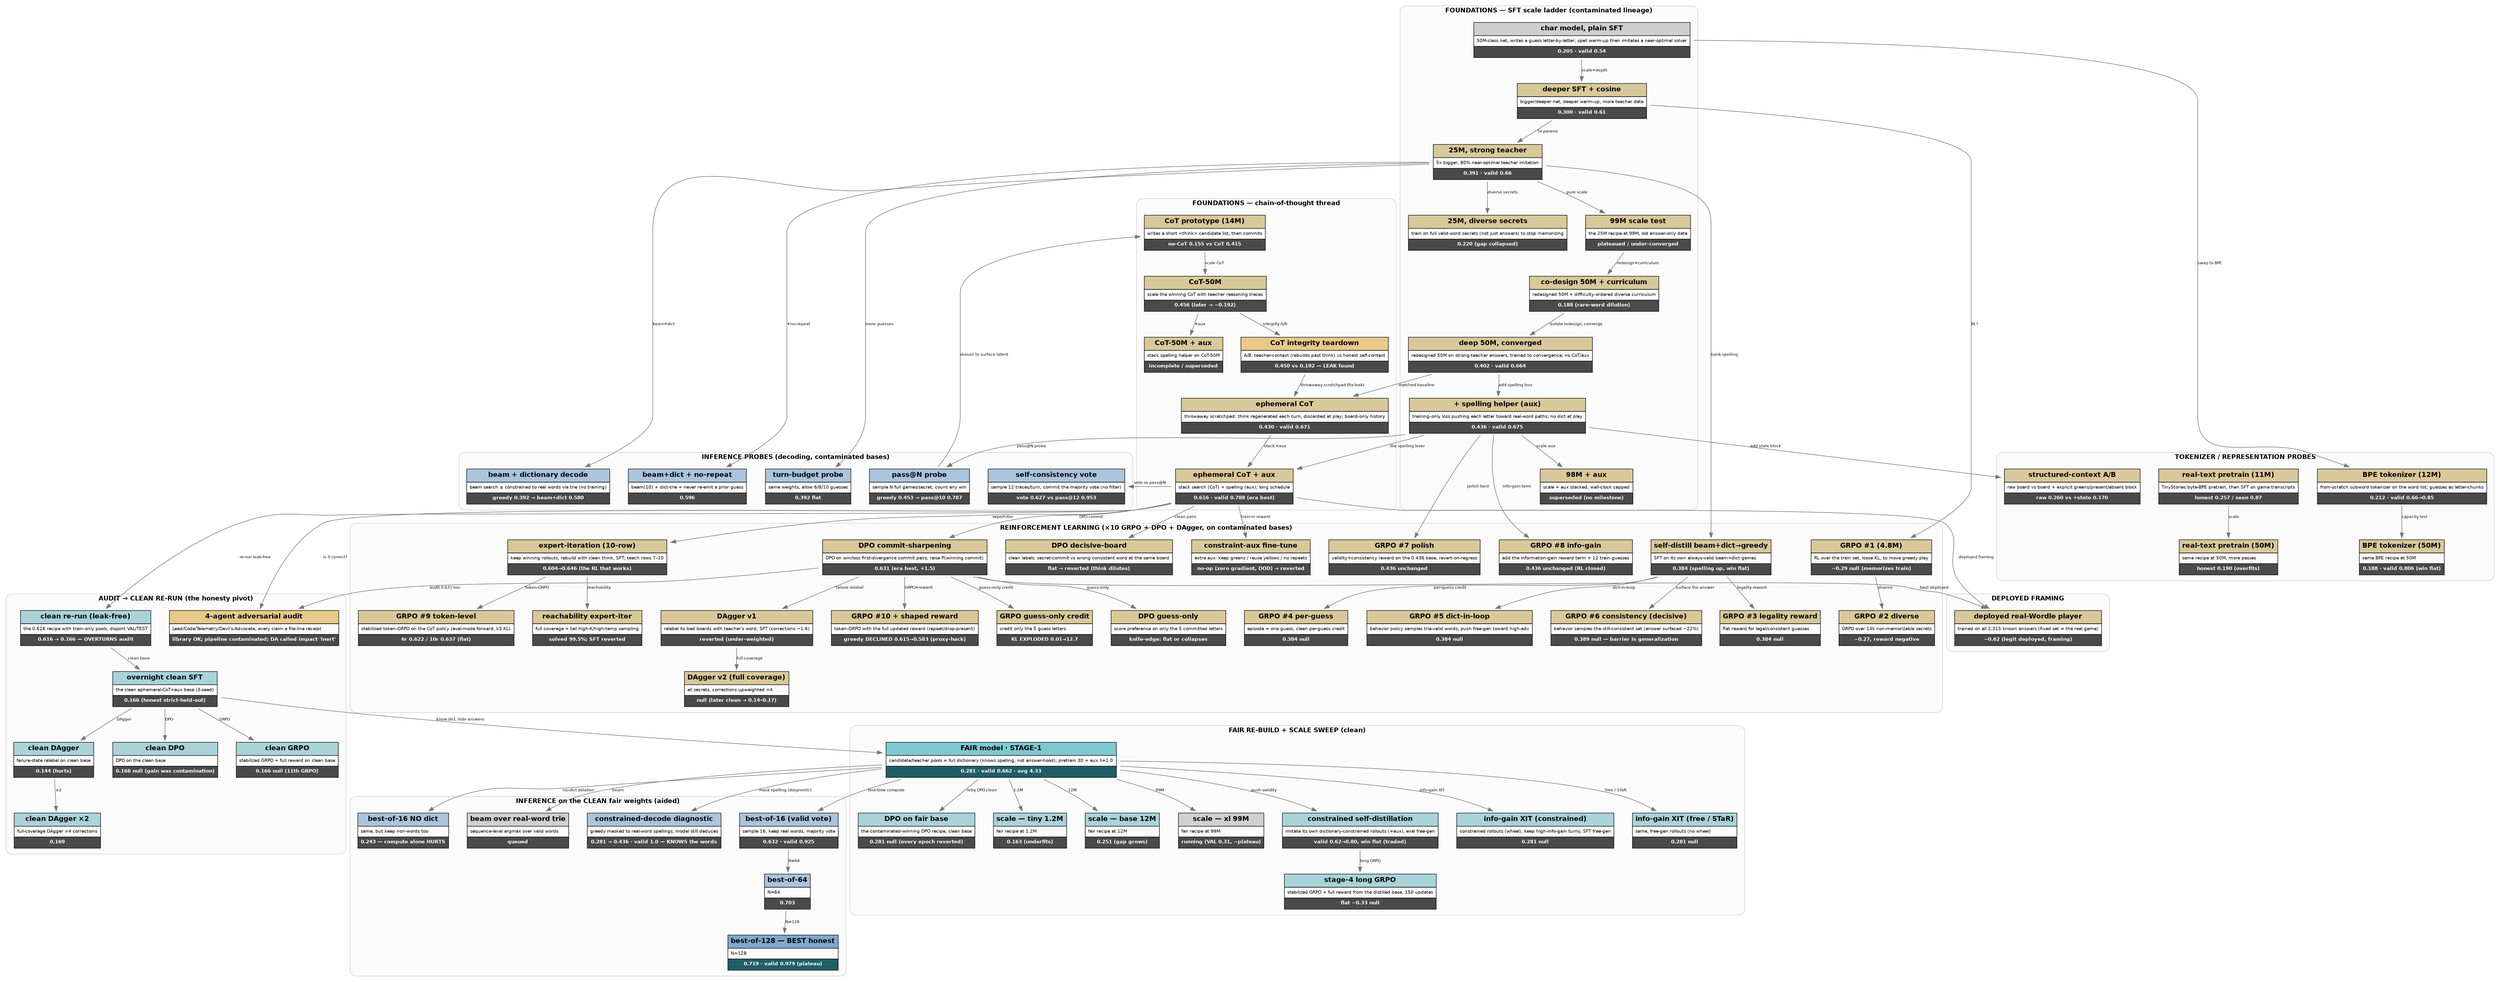
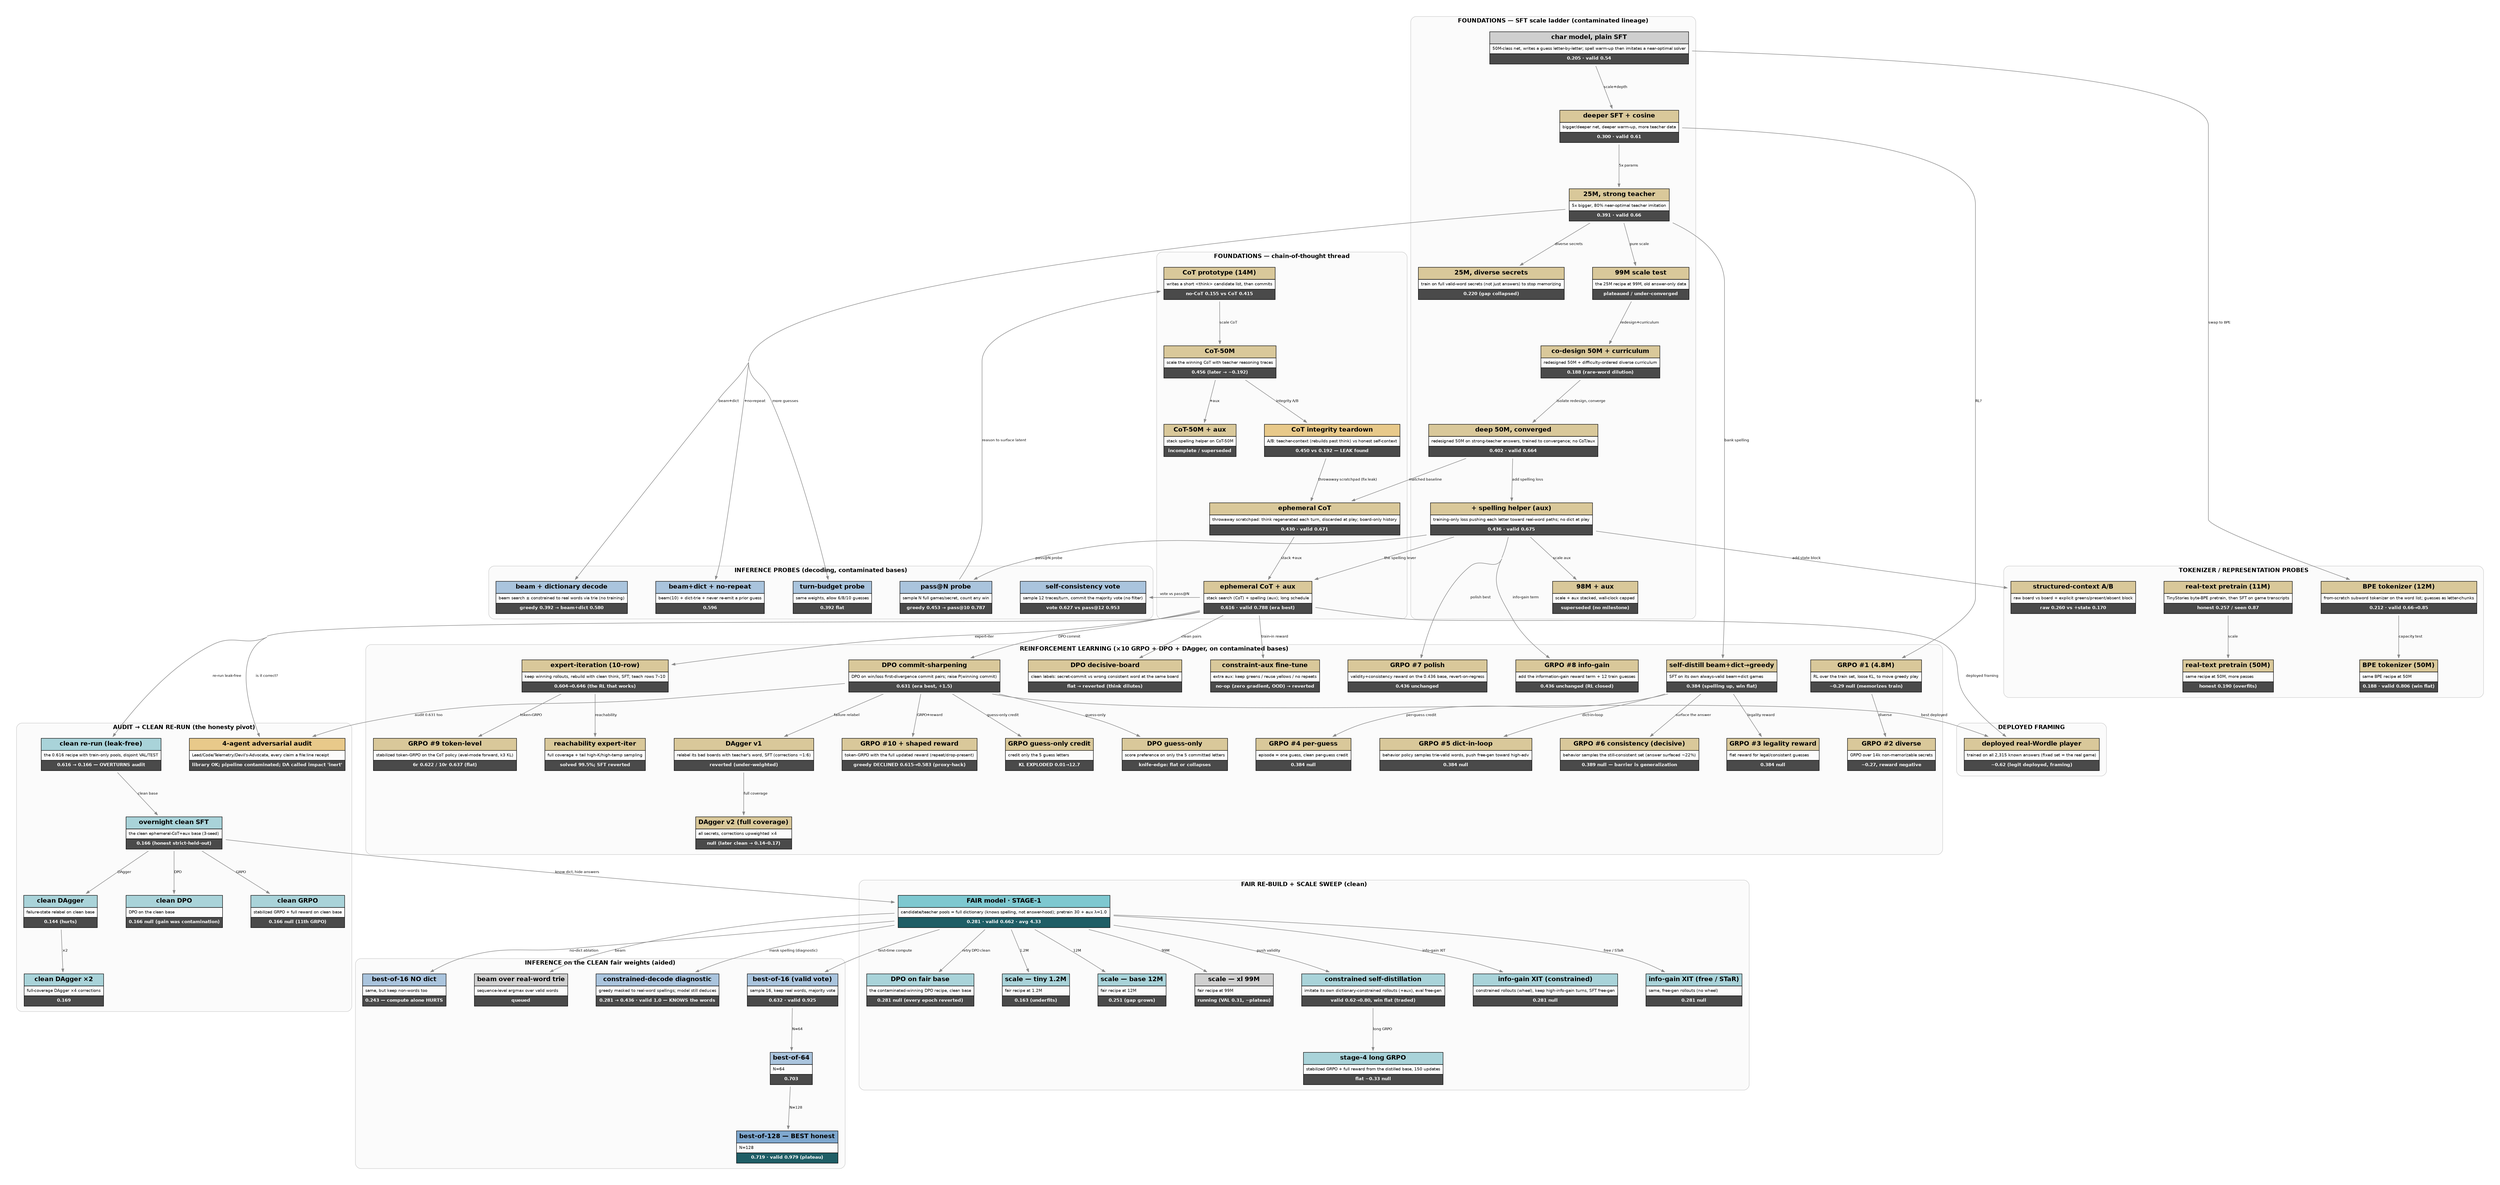
digraph experiments {
  rankdir=TB; bgcolor="white";
-   graph [fontname="Helvetica", ranksep=0.5, nodesep=0.3, fontsize=12];
+   graph [fontname="Helvetica", ranksep=1.2, nodesep=0.65, fontsize=13, concentrate=true, splines=spline, pad=0.4];
  node [shape=plaintext, fontname="Helvetica"];
-   edge [fontname="Helvetica", fontsize=8, color="#777777", penwidth=1.1];
+   edge [fontname="Helvetica", fontsize=8, color="#888888", penwidth=1.1, arrowsize=0.7];
  subgraph cluster_found { label=<<B>FOUNDATIONS — SFT scale ladder (contaminated lineage)</B>>; fontsize=13; color="#cccccc"; style="rounded"; bgcolor="#fbfbfb";
    sft_3m [label=<<TABLE BORDER="0" CELLBORDER="1" CELLSPACING="0" CELLPADDING="5"><TR><TD BGCOLOR="#cfcfcf"><B>char model, plain SFT</B></TD></TR><TR><TD ALIGN="LEFT"><FONT POINT-SIZE="9">50M-class net, writes a guess letter-by-letter; spell warm-up then imitates a near-optimal solver</FONT></TD></TR><TR><TD BGCOLOR="#4a4a4a"><FONT COLOR="white" POINT-SIZE="10"><B>0.205 · valid 0.54</B></FONT></TD></TR></TABLE>>];
    sft_5m [label=<<TABLE BORDER="0" CELLBORDER="1" CELLSPACING="0" CELLPADDING="5"><TR><TD BGCOLOR="#d9c89a"><B>deeper SFT + cosine</B></TD></TR><TR><TD ALIGN="LEFT"><FONT POINT-SIZE="9">bigger/deeper net, deeper warm-up, more teacher data</FONT></TD></TR><TR><TD BGCOLOR="#4a4a4a"><FONT COLOR="white" POINT-SIZE="10"><B>0.300 · valid 0.61</B></FONT></TD></TR></TABLE>>];
    sft_25m [label=<<TABLE BORDER="0" CELLBORDER="1" CELLSPACING="0" CELLPADDING="5"><TR><TD BGCOLOR="#d9c89a"><B>25M, strong teacher</B></TD></TR><TR><TD ALIGN="LEFT"><FONT POINT-SIZE="9">5x bigger, 80% near-optimal teacher imitation</FONT></TD></TR><TR><TD BGCOLOR="#4a4a4a"><FONT COLOR="white" POINT-SIZE="10"><B>0.391 · valid 0.66</B></FONT></TD></TR></TABLE>>];
    sft_25m_div [label=<<TABLE BORDER="0" CELLBORDER="1" CELLSPACING="0" CELLPADDING="5"><TR><TD BGCOLOR="#d9c89a"><B>25M, diverse secrets</B></TD></TR><TR><TD ALIGN="LEFT"><FONT POINT-SIZE="9">train on full valid-word secrets (not just answers) to stop memorizing</FONT></TD></TR><TR><TD BGCOLOR="#4a4a4a"><FONT COLOR="white" POINT-SIZE="10"><B>0.220 (gap collapsed)</B></FONT></TD></TR></TABLE>>];
    scale_99m [label=<<TABLE BORDER="0" CELLBORDER="1" CELLSPACING="0" CELLPADDING="5"><TR><TD BGCOLOR="#d9c89a"><B>99M scale test</B></TD></TR><TR><TD ALIGN="LEFT"><FONT POINT-SIZE="9">the 25M recipe at 99M, old answer-only data</FONT></TD></TR><TR><TD BGCOLOR="#4a4a4a"><FONT COLOR="white" POINT-SIZE="10"><B>plateaued / under-converged</B></FONT></TD></TR></TABLE>>];
    codesign_50m [label=<<TABLE BORDER="0" CELLBORDER="1" CELLSPACING="0" CELLPADDING="5"><TR><TD BGCOLOR="#d9c89a"><B>co-design 50M + curriculum</B></TD></TR><TR><TD ALIGN="LEFT"><FONT POINT-SIZE="9">redesigned 50M + difficulty-ordered diverse curriculum</FONT></TD></TR><TR><TD BGCOLOR="#4a4a4a"><FONT COLOR="white" POINT-SIZE="10"><B>0.188 (rare-word dilution)</B></FONT></TD></TR></TABLE>>];
    sft_deep [label=<<TABLE BORDER="0" CELLBORDER="1" CELLSPACING="0" CELLPADDING="5"><TR><TD BGCOLOR="#d9c89a"><B>deep 50M, converged</B></TD></TR><TR><TD ALIGN="LEFT"><FONT POINT-SIZE="9">redesigned 50M on strong-teacher answers, trained to convergence; no CoT/aux</FONT></TD></TR><TR><TD BGCOLOR="#4a4a4a"><FONT COLOR="white" POINT-SIZE="10"><B>0.402 · valid 0.664</B></FONT></TD></TR></TABLE>>];
    sft_aux [label=<<TABLE BORDER="0" CELLBORDER="1" CELLSPACING="0" CELLPADDING="5"><TR><TD BGCOLOR="#d9c89a"><B>+ spelling helper (aux)</B></TD></TR><TR><TD ALIGN="LEFT"><FONT POINT-SIZE="9">training-only loss pushing each letter toward real-word paths; no dict at play</FONT></TD></TR><TR><TD BGCOLOR="#4a4a4a"><FONT COLOR="white" POINT-SIZE="10"><B>0.436 · valid 0.675</B></FONT></TD></TR></TABLE>>];
    sft_aux_xl [label=<<TABLE BORDER="0" CELLBORDER="1" CELLSPACING="0" CELLPADDING="5"><TR><TD BGCOLOR="#d9c89a"><B>98M + aux</B></TD></TR><TR><TD ALIGN="LEFT"><FONT POINT-SIZE="9">scale + aux stacked, wall-clock capped</FONT></TD></TR><TR><TD BGCOLOR="#4a4a4a"><FONT COLOR="white" POINT-SIZE="10"><B>superseded (no milestone)</B></FONT></TD></TR></TABLE>>];
  }
  subgraph cluster_cot { label=<<B>FOUNDATIONS — chain-of-thought thread</B>>; fontsize=13; color="#cccccc"; style="rounded"; bgcolor="#fbfbfb";
    cot_14m [label=<<TABLE BORDER="0" CELLBORDER="1" CELLSPACING="0" CELLPADDING="5"><TR><TD BGCOLOR="#d9c89a"><B>CoT prototype (14M)</B></TD></TR><TR><TD ALIGN="LEFT"><FONT POINT-SIZE="9">writes a short &lt;think&gt; candidate list, then commits</FONT></TD></TR><TR><TD BGCOLOR="#4a4a4a"><FONT COLOR="white" POINT-SIZE="10"><B>no-CoT 0.155 vs CoT 0.415</B></FONT></TD></TR></TABLE>>];
    cot_50m [label=<<TABLE BORDER="0" CELLBORDER="1" CELLSPACING="0" CELLPADDING="5"><TR><TD BGCOLOR="#d9c89a"><B>CoT-50M</B></TD></TR><TR><TD ALIGN="LEFT"><FONT POINT-SIZE="9">scale the winning CoT with teacher reasoning traces</FONT></TD></TR><TR><TD BGCOLOR="#4a4a4a"><FONT COLOR="white" POINT-SIZE="10"><B>0.456 (later → ~0.192)</B></FONT></TD></TR></TABLE>>];
    cot_50m_aux [label=<<TABLE BORDER="0" CELLBORDER="1" CELLSPACING="0" CELLPADDING="5"><TR><TD BGCOLOR="#d9c89a"><B>CoT-50M + aux</B></TD></TR><TR><TD ALIGN="LEFT"><FONT POINT-SIZE="9">stack spelling helper on CoT-50M</FONT></TD></TR><TR><TD BGCOLOR="#4a4a4a"><FONT COLOR="white" POINT-SIZE="10"><B>incomplete / superseded</B></FONT></TD></TR></TABLE>>];
    cot_show [label=<<TABLE BORDER="0" CELLBORDER="1" CELLSPACING="0" CELLPADDING="5"><TR><TD BGCOLOR="#e8c98a"><B>CoT integrity teardown</B></TD></TR><TR><TD ALIGN="LEFT"><FONT POINT-SIZE="9">A/B: teacher-context (rebuilds past think) vs honest self-context</FONT></TD></TR><TR><TD BGCOLOR="#4a4a4a"><FONT COLOR="white" POINT-SIZE="10"><B>0.450 vs 0.192 — LEAK found</B></FONT></TD></TR></TABLE>>];
    cot_eph [label=<<TABLE BORDER="0" CELLBORDER="1" CELLSPACING="0" CELLPADDING="5"><TR><TD BGCOLOR="#d9c89a"><B>ephemeral CoT</B></TD></TR><TR><TD ALIGN="LEFT"><FONT POINT-SIZE="9">throwaway scratchpad: think regenerated each turn, discarded at play; board-only history</FONT></TD></TR><TR><TD BGCOLOR="#4a4a4a"><FONT COLOR="white" POINT-SIZE="10"><B>0.430 · valid 0.671</B></FONT></TD></TR></TABLE>>];
    cot_eph_aux [label=<<TABLE BORDER="0" CELLBORDER="1" CELLSPACING="0" CELLPADDING="5"><TR><TD BGCOLOR="#d9c89a"><B>ephemeral CoT + aux</B></TD></TR><TR><TD ALIGN="LEFT"><FONT POINT-SIZE="9">stack search (CoT) + spelling (aux); long schedule</FONT></TD></TR><TR><TD BGCOLOR="#4a4a4a"><FONT COLOR="white" POINT-SIZE="10"><B>0.616 · valid 0.788 (era best)</B></FONT></TD></TR></TABLE>>];
  }
  subgraph cluster_val { label=<<B>TOKENIZER / REPRESENTATION PROBES</B>>; fontsize=13; color="#cccccc"; style="rounded"; bgcolor="#fbfbfb";
    bpe_12m [label=<<TABLE BORDER="0" CELLBORDER="1" CELLSPACING="0" CELLPADDING="5"><TR><TD BGCOLOR="#d9c89a"><B>BPE tokenizer (12M)</B></TD></TR><TR><TD ALIGN="LEFT"><FONT POINT-SIZE="9">from-scratch subword tokenizer on the word list; guesses as letter-chunks</FONT></TD></TR><TR><TD BGCOLOR="#4a4a4a"><FONT COLOR="white" POINT-SIZE="10"><B>0.212 · valid 0.66→0.85</B></FONT></TD></TR></TABLE>>];
    bpe_50m [label=<<TABLE BORDER="0" CELLBORDER="1" CELLSPACING="0" CELLPADDING="5"><TR><TD BGCOLOR="#d9c89a"><B>BPE tokenizer (50M)</B></TD></TR><TR><TD ALIGN="LEFT"><FONT POINT-SIZE="9">same BPE recipe at 50M</FONT></TD></TR><TR><TD BGCOLOR="#4a4a4a"><FONT COLOR="white" POINT-SIZE="10"><B>0.188 · valid 0.806 (win flat)</B></FONT></TD></TR></TABLE>>];
    oreo_11m [label=<<TABLE BORDER="0" CELLBORDER="1" CELLSPACING="0" CELLPADDING="5"><TR><TD BGCOLOR="#d9c89a"><B>real-text pretrain (11M)</B></TD></TR><TR><TD ALIGN="LEFT"><FONT POINT-SIZE="9">TinyStories byte-BPE pretrain, then SFT on game transcripts</FONT></TD></TR><TR><TD BGCOLOR="#4a4a4a"><FONT COLOR="white" POINT-SIZE="10"><B>honest 0.257 / seen 0.87</B></FONT></TD></TR></TABLE>>];
    oreo_50m [label=<<TABLE BORDER="0" CELLBORDER="1" CELLSPACING="0" CELLPADDING="5"><TR><TD BGCOLOR="#d9c89a"><B>real-text pretrain (50M)</B></TD></TR><TR><TD ALIGN="LEFT"><FONT POINT-SIZE="9">same recipe at 50M, more passes</FONT></TD></TR><TR><TD BGCOLOR="#4a4a4a"><FONT COLOR="white" POINT-SIZE="10"><B>honest 0.190 (overfits)</B></FONT></TD></TR></TABLE>>];
    structured_ctx [label=<<TABLE BORDER="0" CELLBORDER="1" CELLSPACING="0" CELLPADDING="5"><TR><TD BGCOLOR="#d9c89a"><B>structured-context A/B</B></TD></TR><TR><TD ALIGN="LEFT"><FONT POINT-SIZE="9">raw board vs board + explicit greens/present/absent block</FONT></TD></TR><TR><TD BGCOLOR="#4a4a4a"><FONT COLOR="white" POINT-SIZE="10"><B>raw 0.260 vs +state 0.170</B></FONT></TD></TR></TABLE>>];
  }
  subgraph cluster_rl { label=<<B>REINFORCEMENT LEARNING (×10 GRPO + DPO + DAgger, on contaminated bases)</B>>; fontsize=13; color="#cccccc"; style="rounded"; bgcolor="#fbfbfb";
    grpo_5m [label=<<TABLE BORDER="0" CELLBORDER="1" CELLSPACING="0" CELLPADDING="5"><TR><TD BGCOLOR="#d9c89a"><B>GRPO #1 (4.8M)</B></TD></TR><TR><TD ALIGN="LEFT"><FONT POINT-SIZE="9">RL over the train set, loose KL, to move greedy play</FONT></TD></TR><TR><TD BGCOLOR="#4a4a4a"><FONT COLOR="white" POINT-SIZE="10"><B>~0.29 null (memorizes train)</B></FONT></TD></TR></TABLE>>];
    grpo_5m_div [label=<<TABLE BORDER="0" CELLBORDER="1" CELLSPACING="0" CELLPADDING="5"><TR><TD BGCOLOR="#d9c89a"><B>GRPO #2 diverse</B></TD></TR><TR><TD ALIGN="LEFT"><FONT POINT-SIZE="9">GRPO over 14k non-memorizable secrets</FONT></TD></TR><TR><TD BGCOLOR="#4a4a4a"><FONT COLOR="white" POINT-SIZE="10"><B>~0.27, reward negative</B></FONT></TD></TR></TABLE>>];
    self_distill_25m [label=<<TABLE BORDER="0" CELLBORDER="1" CELLSPACING="0" CELLPADDING="5"><TR><TD BGCOLOR="#d9c89a"><B>self-distill beam+dict→greedy</B></TD></TR><TR><TD ALIGN="LEFT"><FONT POINT-SIZE="9">SFT on its own always-valid beam+dict games</FONT></TD></TR><TR><TD BGCOLOR="#4a4a4a"><FONT COLOR="white" POINT-SIZE="10"><B>0.384 (spelling up, win flat)</B></FONT></TD></TR></TABLE>>];
    rl_consistency [label=<<TABLE BORDER="0" CELLBORDER="1" CELLSPACING="0" CELLPADDING="5"><TR><TD BGCOLOR="#d9c89a"><B>GRPO #3 legality reward</B></TD></TR><TR><TD ALIGN="LEFT"><FONT POINT-SIZE="9">flat reward for legal/consistent guesses</FONT></TD></TR><TR><TD BGCOLOR="#4a4a4a"><FONT COLOR="white" POINT-SIZE="10"><B>0.384 null</B></FONT></TD></TR></TABLE>>];
    rl_perguess [label=<<TABLE BORDER="0" CELLBORDER="1" CELLSPACING="0" CELLPADDING="5"><TR><TD BGCOLOR="#d9c89a"><B>GRPO #4 per-guess</B></TD></TR><TR><TD ALIGN="LEFT"><FONT POINT-SIZE="9">episode = one guess, clean per-guess credit</FONT></TD></TR><TR><TD BGCOLOR="#4a4a4a"><FONT COLOR="white" POINT-SIZE="10"><B>0.384 null</B></FONT></TD></TR></TABLE>>];
    rl_dict [label=<<TABLE BORDER="0" CELLBORDER="1" CELLSPACING="0" CELLPADDING="5"><TR><TD BGCOLOR="#d9c89a"><B>GRPO #5 dict-in-loop</B></TD></TR><TR><TD ALIGN="LEFT"><FONT POINT-SIZE="9">behavior policy samples trie-valid words, push free-gen toward high-adv</FONT></TD></TR><TR><TD BGCOLOR="#4a4a4a"><FONT COLOR="white" POINT-SIZE="10"><B>0.384 null</B></FONT></TD></TR></TABLE>>];
    rl_constrained [label=<<TABLE BORDER="0" CELLBORDER="1" CELLSPACING="0" CELLPADDING="5"><TR><TD BGCOLOR="#d9c89a"><B>GRPO #6 consistency (decisive)</B></TD></TR><TR><TD ALIGN="LEFT"><FONT POINT-SIZE="9">behavior samples the still-consistent set (answer surfaced ~22%)</FONT></TD></TR><TR><TD BGCOLOR="#4a4a4a"><FONT COLOR="white" POINT-SIZE="10"><B>0.389 null — barrier is generalization</B></FONT></TD></TR></TABLE>>];
    rl_polish [label=<<TABLE BORDER="0" CELLBORDER="1" CELLSPACING="0" CELLPADDING="5"><TR><TD BGCOLOR="#d9c89a"><B>GRPO #7 polish</B></TD></TR><TR><TD ALIGN="LEFT"><FONT POINT-SIZE="9">validity+consistency reward on the 0.436 base, revert-on-regress</FONT></TD></TR><TR><TD BGCOLOR="#4a4a4a"><FONT COLOR="white" POINT-SIZE="10"><B>0.436 unchanged</B></FONT></TD></TR></TABLE>>];
    rl_infogain [label=<<TABLE BORDER="0" CELLBORDER="1" CELLSPACING="0" CELLPADDING="5"><TR><TD BGCOLOR="#d9c89a"><B>GRPO #8 info-gain</B></TD></TR><TR><TD ALIGN="LEFT"><FONT POINT-SIZE="9">add the information-gain reward term + 12 train guesses</FONT></TD></TR><TR><TD BGCOLOR="#4a4a4a"><FONT COLOR="white" POINT-SIZE="10"><B>0.436 unchanged (RL closed)</B></FONT></TD></TR></TABLE>>];
    rl_expert_10row [label=<<TABLE BORDER="0" CELLBORDER="1" CELLSPACING="0" CELLPADDING="5"><TR><TD BGCOLOR="#d9c89a"><B>expert-iteration (10-row)</B></TD></TR><TR><TD ALIGN="LEFT"><FONT POINT-SIZE="9">keep winning rollouts, rebuild with clean think, SFT; teach rows 7–10</FONT></TD></TR><TR><TD BGCOLOR="#4a4a4a"><FONT COLOR="white" POINT-SIZE="10"><B>0.604→0.646 (the RL that works)</B></FONT></TD></TR></TABLE>>];
    rl_expert_tail [label=<<TABLE BORDER="0" CELLBORDER="1" CELLSPACING="0" CELLPADDING="5"><TR><TD BGCOLOR="#d9c89a"><B>reachability expert-iter</B></TD></TR><TR><TD ALIGN="LEFT"><FONT POINT-SIZE="9">full coverage + tail high-K/high-temp sampling</FONT></TD></TR><TR><TD BGCOLOR="#4a4a4a"><FONT COLOR="white" POINT-SIZE="10"><B>solved 99.5%; SFT reverted</B></FONT></TD></TR></TABLE>>];
    rl_grpo_polish [label=<<TABLE BORDER="0" CELLBORDER="1" CELLSPACING="0" CELLPADDING="5"><TR><TD BGCOLOR="#d9c89a"><B>GRPO #9 token-level</B></TD></TR><TR><TD ALIGN="LEFT"><FONT POINT-SIZE="9">stabilized token-GRPO on the CoT policy (eval-mode forward, k3 KL)</FONT></TD></TR><TR><TD BGCOLOR="#4a4a4a"><FONT COLOR="white" POINT-SIZE="10"><B>6r 0.622 / 10r 0.637 (flat)</B></FONT></TD></TR></TABLE>>];
    dpo_commit [label=<<TABLE BORDER="0" CELLBORDER="1" CELLSPACING="0" CELLPADDING="5"><TR><TD BGCOLOR="#d9c89a"><B>DPO commit-sharpening</B></TD></TR><TR><TD ALIGN="LEFT"><FONT POINT-SIZE="9">DPO on win/loss first-divergence commit pairs; raise P(winning commit)</FONT></TD></TR><TR><TD BGCOLOR="#4a4a4a"><FONT COLOR="white" POINT-SIZE="10"><B>0.631 (era best, +1.5)</B></FONT></TD></TR></TABLE>>];
    dpo_decisive [label=<<TABLE BORDER="0" CELLBORDER="1" CELLSPACING="0" CELLPADDING="5"><TR><TD BGCOLOR="#d9c89a"><B>DPO decisive-board</B></TD></TR><TR><TD ALIGN="LEFT"><FONT POINT-SIZE="9">clean labels: secret-commit vs wrong consistent word at the same board</FONT></TD></TR><TR><TD BGCOLOR="#4a4a4a"><FONT COLOR="white" POINT-SIZE="10"><B>flat → reverted (think dilutes)</B></FONT></TD></TR></TABLE>>];
    dpo_guessonly [label=<<TABLE BORDER="0" CELLBORDER="1" CELLSPACING="0" CELLPADDING="5"><TR><TD BGCOLOR="#d9c89a"><B>DPO guess-only</B></TD></TR><TR><TD ALIGN="LEFT"><FONT POINT-SIZE="9">score preference on only the 5 committed letters</FONT></TD></TR><TR><TD BGCOLOR="#4a4a4a"><FONT COLOR="white" POINT-SIZE="10"><B>knife-edge: flat or collapses</B></FONT></TD></TR></TABLE>>];
    constraint_aux [label=<<TABLE BORDER="0" CELLBORDER="1" CELLSPACING="0" CELLPADDING="5"><TR><TD BGCOLOR="#d9c89a"><B>constraint-aux fine-tune</B></TD></TR><TR><TD ALIGN="LEFT"><FONT POINT-SIZE="9">extra aux: keep greens / reuse yellows / no repeats</FONT></TD></TR><TR><TD BGCOLOR="#4a4a4a"><FONT COLOR="white" POINT-SIZE="10"><B>no-op (zero gradient, OOD) → reverted</B></FONT></TD></TR></TABLE>>];
    dagger_v1 [label=<<TABLE BORDER="0" CELLBORDER="1" CELLSPACING="0" CELLPADDING="5"><TR><TD BGCOLOR="#d9c89a"><B>DAgger v1</B></TD></TR><TR><TD ALIGN="LEFT"><FONT POINT-SIZE="9">relabel its bad boards with teacher's word, SFT (corrections ~1:6)</FONT></TD></TR><TR><TD BGCOLOR="#4a4a4a"><FONT COLOR="white" POINT-SIZE="10"><B>reverted (under-weighted)</B></FONT></TD></TR></TABLE>>];
    rl_grpo_reward [label=<<TABLE BORDER="0" CELLBORDER="1" CELLSPACING="0" CELLPADDING="5"><TR><TD BGCOLOR="#d9c89a"><B>GRPO #10 + shaped reward</B></TD></TR><TR><TD ALIGN="LEFT"><FONT POINT-SIZE="9">token-GRPO with the full updated reward (repeat/drop-present)</FONT></TD></TR><TR><TD BGCOLOR="#4a4a4a"><FONT COLOR="white" POINT-SIZE="10"><B>greedy DECLINED 0.615→0.583 (proxy-hack)</B></FONT></TD></TR></TABLE>>];
    rl_grpo_guessonly [label=<<TABLE BORDER="0" CELLBORDER="1" CELLSPACING="0" CELLPADDING="5"><TR><TD BGCOLOR="#d9c89a"><B>GRPO guess-only credit</B></TD></TR><TR><TD ALIGN="LEFT"><FONT POINT-SIZE="9">credit only the 5 guess letters</FONT></TD></TR><TR><TD BGCOLOR="#4a4a4a"><FONT COLOR="white" POINT-SIZE="10"><B>KL EXPLODED 0.01→12.7</B></FONT></TD></TR></TABLE>>];
    dagger_v2 [label=<<TABLE BORDER="0" CELLBORDER="1" CELLSPACING="0" CELLPADDING="5"><TR><TD BGCOLOR="#d9c89a"><B>DAgger v2 (full coverage)</B></TD></TR><TR><TD ALIGN="LEFT"><FONT POINT-SIZE="9">all secrets, corrections upweighted ×4</FONT></TD></TR><TR><TD BGCOLOR="#4a4a4a"><FONT COLOR="white" POINT-SIZE="10"><B>null (later clean → 0.14–0.17)</B></FONT></TD></TR></TABLE>>];
  }
  subgraph cluster_audit { label=<<B>AUDIT → CLEAN RE-RUN (the honesty pivot)</B>>; fontsize=13; color="#cccccc"; style="rounded"; bgcolor="#fbfbfb";
    audit [label=<<TABLE BORDER="0" CELLBORDER="1" CELLSPACING="0" CELLPADDING="5"><TR><TD BGCOLOR="#e8c98a"><B>4-agent adversarial audit</B></TD></TR><TR><TD ALIGN="LEFT"><FONT POINT-SIZE="9">Lead/Code/Telemetry/Devil's-Advocate, every claim a file:line receipt</FONT></TD></TR><TR><TD BGCOLOR="#4a4a4a"><FONT COLOR="white" POINT-SIZE="10"><B>library OK; pipeline contaminated; DA called impact 'inert'</B></FONT></TD></TR></TABLE>>];
    clean_rerun [label=<<TABLE BORDER="0" CELLBORDER="1" CELLSPACING="0" CELLPADDING="5"><TR><TD BGCOLOR="#a9d3d9"><B>clean re-run (leak-free)</B></TD></TR><TR><TD ALIGN="LEFT"><FONT POINT-SIZE="9">the 0.616 recipe with train-only pools, disjoint VAL/TEST</FONT></TD></TR><TR><TD BGCOLOR="#4a4a4a"><FONT COLOR="white" POINT-SIZE="10"><B>0.616 → 0.166 — OVERTURNS audit</B></FONT></TD></TR></TABLE>>];
    overnight_clean_sft [label=<<TABLE BORDER="0" CELLBORDER="1" CELLSPACING="0" CELLPADDING="5"><TR><TD BGCOLOR="#a9d3d9"><B>overnight clean SFT</B></TD></TR><TR><TD ALIGN="LEFT"><FONT POINT-SIZE="9">the clean ephemeral-CoT+aux base (3-seed)</FONT></TD></TR><TR><TD BGCOLOR="#4a4a4a"><FONT COLOR="white" POINT-SIZE="10"><B>0.166 (honest strict-held-out)</B></FONT></TD></TR></TABLE>>];
    overnight_clean_dpo [label=<<TABLE BORDER="0" CELLBORDER="1" CELLSPACING="0" CELLPADDING="5"><TR><TD BGCOLOR="#a9d3d9"><B>clean DPO</B></TD></TR><TR><TD ALIGN="LEFT"><FONT POINT-SIZE="9">DPO on the clean base</FONT></TD></TR><TR><TD BGCOLOR="#4a4a4a"><FONT COLOR="white" POINT-SIZE="10"><B>0.166 null (gain was contamination)</B></FONT></TD></TR></TABLE>>];
    overnight_clean_grpo [label=<<TABLE BORDER="0" CELLBORDER="1" CELLSPACING="0" CELLPADDING="5"><TR><TD BGCOLOR="#a9d3d9"><B>clean GRPO</B></TD></TR><TR><TD ALIGN="LEFT"><FONT POINT-SIZE="9">stabilized GRPO + full reward on clean base</FONT></TD></TR><TR><TD BGCOLOR="#4a4a4a"><FONT COLOR="white" POINT-SIZE="10"><B>0.166 null (11th GRPO)</B></FONT></TD></TR></TABLE>>];
    overnight_clean_dagger [label=<<TABLE BORDER="0" CELLBORDER="1" CELLSPACING="0" CELLPADDING="5"><TR><TD BGCOLOR="#a9d3d9"><B>clean DAgger</B></TD></TR><TR><TD ALIGN="LEFT"><FONT POINT-SIZE="9">failure-state relabel on clean base</FONT></TD></TR><TR><TD BGCOLOR="#4a4a4a"><FONT COLOR="white" POINT-SIZE="10"><B>0.144 (hurts)</B></FONT></TD></TR></TABLE>>];
    overnight_clean_dagger2 [label=<<TABLE BORDER="0" CELLBORDER="1" CELLSPACING="0" CELLPADDING="5"><TR><TD BGCOLOR="#a9d3d9"><B>clean DAgger ×2</B></TD></TR><TR><TD ALIGN="LEFT"><FONT POINT-SIZE="9">full-coverage DAgger ×4 corrections</FONT></TD></TR><TR><TD BGCOLOR="#4a4a4a"><FONT COLOR="white" POINT-SIZE="10"><B>0.169</B></FONT></TD></TR></TABLE>>];
  }
  subgraph cluster_scale { label=<<B>FAIR RE-BUILD + SCALE SWEEP (clean)</B>>; fontsize=13; color="#cccccc"; style="rounded"; bgcolor="#fbfbfb";
    fair_stage1 [label=<<TABLE BORDER="0" CELLBORDER="1" CELLSPACING="0" CELLPADDING="5"><TR><TD BGCOLOR="#7ec8d0"><B>FAIR model · STAGE-1</B></TD></TR><TR><TD ALIGN="LEFT"><FONT POINT-SIZE="9">candidate/teacher pools = full dictionary (knows spelling, not answer-hood); pretrain 30 + aux λ=1.0</FONT></TD></TR><TR><TD BGCOLOR="#1f5e66"><FONT COLOR="white" POINT-SIZE="10"><B>0.281 · valid 0.662 · avg 4.33</B></FONT></TD></TR></TABLE>>];
    distill_constrained [label=<<TABLE BORDER="0" CELLBORDER="1" CELLSPACING="0" CELLPADDING="5"><TR><TD BGCOLOR="#a9d3d9"><B>constrained self-distillation</B></TD></TR><TR><TD ALIGN="LEFT"><FONT POINT-SIZE="9">imitate its own dictionary-constrained rollouts (+aux), eval free-gen</FONT></TD></TR><TR><TD BGCOLOR="#4a4a4a"><FONT COLOR="white" POINT-SIZE="10"><B>valid 0.62→0.80, win flat (traded)</B></FONT></TD></TR></TABLE>>];
    infogain_xit_c [label=<<TABLE BORDER="0" CELLBORDER="1" CELLSPACING="0" CELLPADDING="5"><TR><TD BGCOLOR="#a9d3d9"><B>info-gain XIT (constrained)</B></TD></TR><TR><TD ALIGN="LEFT"><FONT POINT-SIZE="9">constrained rollouts (wheel), keep high-info-gain turns, SFT free-gen</FONT></TD></TR><TR><TD BGCOLOR="#4a4a4a"><FONT COLOR="white" POINT-SIZE="10"><B>0.281 null</B></FONT></TD></TR></TABLE>>];
    infogain_xit_f [label=<<TABLE BORDER="0" CELLBORDER="1" CELLSPACING="0" CELLPADDING="5"><TR><TD BGCOLOR="#a9d3d9"><B>info-gain XIT (free / STaR)</B></TD></TR><TR><TD ALIGN="LEFT"><FONT POINT-SIZE="9">same, free-gen rollouts (no wheel)</FONT></TD></TR><TR><TD BGCOLOR="#4a4a4a"><FONT COLOR="white" POINT-SIZE="10"><B>0.281 null</B></FONT></TD></TR></TABLE>>];
    dpo_fair [label=<<TABLE BORDER="0" CELLBORDER="1" CELLSPACING="0" CELLPADDING="5"><TR><TD BGCOLOR="#a9d3d9"><B>DPO on fair base</B></TD></TR><TR><TD ALIGN="LEFT"><FONT POINT-SIZE="9">the contaminated-winning DPO recipe, clean base</FONT></TD></TR><TR><TD BGCOLOR="#4a4a4a"><FONT COLOR="white" POINT-SIZE="10"><B>0.281 null (every epoch reverted)</B></FONT></TD></TR></TABLE>>];
    grpo_full_fair [label=<<TABLE BORDER="0" CELLBORDER="1" CELLSPACING="0" CELLPADDING="5"><TR><TD BGCOLOR="#a9d3d9"><B>stage-4 long GRPO</B></TD></TR><TR><TD ALIGN="LEFT"><FONT POINT-SIZE="9">stabilized GRPO + full reward from the distilled base, 150 updates</FONT></TD></TR><TR><TD BGCOLOR="#4a4a4a"><FONT COLOR="white" POINT-SIZE="10"><B>flat ~0.33 null</B></FONT></TD></TR></TABLE>>];
    scale_tiny [label=<<TABLE BORDER="0" CELLBORDER="1" CELLSPACING="0" CELLPADDING="5"><TR><TD BGCOLOR="#a9d3d9"><B>scale — tiny 1.2M</B></TD></TR><TR><TD ALIGN="LEFT"><FONT POINT-SIZE="9">fair recipe at 1.2M</FONT></TD></TR><TR><TD BGCOLOR="#4a4a4a"><FONT COLOR="white" POINT-SIZE="10"><B>0.163 (underfits)</B></FONT></TD></TR></TABLE>>];
    scale_base [label=<<TABLE BORDER="0" CELLBORDER="1" CELLSPACING="0" CELLPADDING="5"><TR><TD BGCOLOR="#a9d3d9"><B>scale — base 12M</B></TD></TR><TR><TD ALIGN="LEFT"><FONT POINT-SIZE="9">fair recipe at 12M</FONT></TD></TR><TR><TD BGCOLOR="#4a4a4a"><FONT COLOR="white" POINT-SIZE="10"><B>0.251 (gap grows)</B></FONT></TD></TR></TABLE>>];
    scale_xl [label=<<TABLE BORDER="0" CELLBORDER="1" CELLSPACING="0" CELLPADDING="5"><TR><TD BGCOLOR="#d0d0d0"><B>scale — xl 99M</B></TD></TR><TR><TD ALIGN="LEFT"><FONT POINT-SIZE="9">fair recipe at 99M</FONT></TD></TR><TR><TD BGCOLOR="#4a4a4a"><FONT COLOR="white" POINT-SIZE="10"><B>running (VAL 0.31, ~plateau)</B></FONT></TD></TR></TABLE>>];
  }
  subgraph cluster_inf { label=<<B>INFERENCE PROBES (decoding, contaminated bases)</B>>; fontsize=13; color="#cccccc"; style="rounded"; bgcolor="#fbfbfb";
    beam_dict [label=<<TABLE BORDER="0" CELLBORDER="1" CELLSPACING="0" CELLPADDING="5"><TR><TD BGCOLOR="#aac4dd"><B>beam + dictionary decode</B></TD></TR><TR><TD ALIGN="LEFT"><FONT POINT-SIZE="9">beam search ± constrained to real words via trie (no training)</FONT></TD></TR><TR><TD BGCOLOR="#4a4a4a"><FONT COLOR="white" POINT-SIZE="10"><B>greedy 0.392 → beam+dict 0.580</B></FONT></TD></TR></TABLE>>];
    norepeat_decode [label=<<TABLE BORDER="0" CELLBORDER="1" CELLSPACING="0" CELLPADDING="5"><TR><TD BGCOLOR="#aac4dd"><B>beam+dict + no-repeat</B></TD></TR><TR><TD ALIGN="LEFT"><FONT POINT-SIZE="9">beam(10) + dict-trie + never re-emit a prior guess</FONT></TD></TR><TR><TD BGCOLOR="#4a4a4a"><FONT COLOR="white" POINT-SIZE="10"><B>0.596</B></FONT></TD></TR></TABLE>>];
    turn_budget [label=<<TABLE BORDER="0" CELLBORDER="1" CELLSPACING="0" CELLPADDING="5"><TR><TD BGCOLOR="#aac4dd"><B>turn-budget probe</B></TD></TR><TR><TD ALIGN="LEFT"><FONT POINT-SIZE="9">same weights, allow 6/8/10 guesses</FONT></TD></TR><TR><TD BGCOLOR="#4a4a4a"><FONT COLOR="white" POINT-SIZE="10"><B>0.392 flat</B></FONT></TD></TR></TABLE>>];
    passk [label=<<TABLE BORDER="0" CELLBORDER="1" CELLSPACING="0" CELLPADDING="5"><TR><TD BGCOLOR="#aac4dd"><B>pass@N probe</B></TD></TR><TR><TD ALIGN="LEFT"><FONT POINT-SIZE="9">sample N full games/secret, count any win</FONT></TD></TR><TR><TD BGCOLOR="#4a4a4a"><FONT COLOR="white" POINT-SIZE="10"><B>greedy 0.453 → pass@10 0.787</B></FONT></TD></TR></TABLE>>];
    self_consistency [label=<<TABLE BORDER="0" CELLBORDER="1" CELLSPACING="0" CELLPADDING="5"><TR><TD BGCOLOR="#aac4dd"><B>self-consistency vote</B></TD></TR><TR><TD ALIGN="LEFT"><FONT POINT-SIZE="9">sample 12 traces/turn, commit the majority vote (no filter)</FONT></TD></TR><TR><TD BGCOLOR="#4a4a4a"><FONT COLOR="white" POINT-SIZE="10"><B>vote 0.627 vs pass@12 0.953</B></FONT></TD></TR></TABLE>>];
  }
  subgraph cluster_inf2 { label=<<B>INFERENCE on the CLEAN fair weights (aided)</B>>; fontsize=13; color="#cccccc"; style="rounded"; bgcolor="#fbfbfb";
    constrained_decode [label=<<TABLE BORDER="0" CELLBORDER="1" CELLSPACING="0" CELLPADDING="5"><TR><TD BGCOLOR="#aac4dd"><B>constrained-decode diagnostic</B></TD></TR><TR><TD ALIGN="LEFT"><FONT POINT-SIZE="9">greedy masked to real-word spellings; model still deduces</FONT></TD></TR><TR><TD BGCOLOR="#4a4a4a"><FONT COLOR="white" POINT-SIZE="10"><B>0.281 → 0.436 · valid 1.0 — KNOWS the words</B></FONT></TD></TR></TABLE>>];
    bestof16 [label=<<TABLE BORDER="0" CELLBORDER="1" CELLSPACING="0" CELLPADDING="5"><TR><TD BGCOLOR="#aac4dd"><B>best-of-16 (valid vote)</B></TD></TR><TR><TD ALIGN="LEFT"><FONT POINT-SIZE="9">sample 16, keep real words, majority vote</FONT></TD></TR><TR><TD BGCOLOR="#4a4a4a"><FONT COLOR="white" POINT-SIZE="10"><B>0.632 · valid 0.925</B></FONT></TD></TR></TABLE>>];
    bestof16_nodict [label=<<TABLE BORDER="0" CELLBORDER="1" CELLSPACING="0" CELLPADDING="5"><TR><TD BGCOLOR="#aac4dd"><B>best-of-16 NO dict</B></TD></TR><TR><TD ALIGN="LEFT"><FONT POINT-SIZE="9">same, but keep non-words too</FONT></TD></TR><TR><TD BGCOLOR="#4a4a4a"><FONT COLOR="white" POINT-SIZE="10"><B>0.243 — compute alone HURTS</B></FONT></TD></TR></TABLE>>];
    bestof64 [label=<<TABLE BORDER="0" CELLBORDER="1" CELLSPACING="0" CELLPADDING="5"><TR><TD BGCOLOR="#aac4dd"><B>best-of-64</B></TD></TR><TR><TD ALIGN="LEFT"><FONT POINT-SIZE="9">N=64</FONT></TD></TR><TR><TD BGCOLOR="#4a4a4a"><FONT COLOR="white" POINT-SIZE="10"><B>0.703</B></FONT></TD></TR></TABLE>>];
    bestof128 [label=<<TABLE BORDER="0" CELLBORDER="1" CELLSPACING="0" CELLPADDING="5"><TR><TD BGCOLOR="#7fa8cf"><B>best-of-128 — BEST honest</B></TD></TR><TR><TD ALIGN="LEFT"><FONT POINT-SIZE="9">N=128</FONT></TD></TR><TR><TD BGCOLOR="#1f5e66"><FONT COLOR="white" POINT-SIZE="10"><B>0.719 · valid 0.979 (plateau)</B></FONT></TD></TR></TABLE>>];
    beam_trie [label=<<TABLE BORDER="0" CELLBORDER="1" CELLSPACING="0" CELLPADDING="5"><TR><TD BGCOLOR="#d0d0d0"><B>beam over real-word trie</B></TD></TR><TR><TD ALIGN="LEFT"><FONT POINT-SIZE="9">sequence-level argmax over valid words</FONT></TD></TR><TR><TD BGCOLOR="#4a4a4a"><FONT COLOR="white" POINT-SIZE="10"><B>queued</B></FONT></TD></TR></TABLE>>];
  }
  subgraph cluster_dep { label=<<B>DEPLOYED FRAMING</B>>; fontsize=13; color="#cccccc"; style="rounded"; bgcolor="#fbfbfb";
    deployed [label=<<TABLE BORDER="0" CELLBORDER="1" CELLSPACING="0" CELLPADDING="5"><TR><TD BGCOLOR="#d9c89a"><B>deployed real-Wordle player</B></TD></TR><TR><TD ALIGN="LEFT"><FONT POINT-SIZE="9">trained on all 2,315 known answers (fixed set = the real game)</FONT></TD></TR><TR><TD BGCOLOR="#4a4a4a"><FONT COLOR="white" POINT-SIZE="10"><B>~0.62 (legit deployed, framing)</B></FONT></TD></TR></TABLE>>];
  }
  sft_3m -> sft_5m [label="scale+depth"];
  sft_5m -> sft_25m [label="5x params"];
  sft_25m -> sft_25m_div [label="diverse secrets"];
  sft_25m -> scale_99m [label="pure scale"];
  scale_99m -> codesign_50m [label="redesign+curriculum"];
  codesign_50m -> sft_deep [label="isolate redesign, converge"];
  sft_deep -> sft_aux [label="add spelling loss"];
  sft_aux -> sft_aux_xl [label="scale aux"];
  sft_3m -> bpe_12m [label="swap to BPE"];
  bpe_12m -> bpe_50m [label="capacity test"];
  oreo_11m -> oreo_50m [label="scale"];
  sft_aux -> structured_ctx [label="add state block"];
  sft_aux -> passk [label="pass@N probe"];
  sft_25m -> beam_dict [label="beam+dict"];
  sft_25m -> norepeat_decode [label="+no-repeat"];
  sft_25m -> turn_budget [label="more guesses"];
  passk -> cot_14m [label="reason to surface latent"];
  cot_14m -> cot_50m [label="scale CoT"];
  cot_50m -> cot_50m_aux [label="+aux"];
  cot_50m -> cot_show [label="integrity A/B"];
  cot_show -> cot_eph [label="throwaway scratchpad (fix leak)"];
  sft_deep -> cot_eph [label="matched baseline"];
  cot_eph -> cot_eph_aux [label="stack +aux"];
  sft_aux -> cot_eph_aux [label="the spelling lever"];
  sft_5m -> grpo_5m [label="RL?"];
  grpo_5m -> grpo_5m_div [label="diverse"];
  sft_25m -> self_distill_25m [label="bank spelling"];
  self_distill_25m -> rl_consistency [label="legality reward"];
  self_distill_25m -> rl_perguess [label="per-guess credit"];
  self_distill_25m -> rl_dict [label="dict-in-loop"];
  self_distill_25m -> rl_constrained [label="surface the answer"];
  sft_aux -> rl_polish [label="polish best"];
  sft_aux -> rl_infogain [label="info-gain term"];
  cot_eph_aux -> rl_expert_10row [label="expert-iter"];
  rl_expert_10row -> rl_expert_tail [label="reachability"];
  rl_expert_10row -> rl_grpo_polish [label="token-GRPO"];
  cot_eph_aux -> self_consistency [label="vote vs pass@N"];
  cot_eph_aux -> dpo_commit [label="DPO commit"];
  cot_eph_aux -> dpo_decisive [label="clean pairs"];
  dpo_commit -> dpo_guessonly [label="guess-only"];
  cot_eph_aux -> constraint_aux [label="train-in reward"];
  dpo_commit -> dagger_v1 [label="failure relabel"];
  dpo_commit -> rl_grpo_reward [label="GRPO+reward"];
  dpo_commit -> rl_grpo_guessonly [label="guess-only credit"];
  dagger_v1 -> dagger_v2 [label="full coverage"];
  cot_eph_aux -> audit [label="is it correct?"];
  dpo_commit -> audit [label="audit 0.631 too"];
  cot_eph_aux -> clean_rerun [label="re-run leak-free"];
  clean_rerun -> overnight_clean_sft [label="clean base"];
  overnight_clean_sft -> overnight_clean_dpo [label="DPO"];
  overnight_clean_sft -> overnight_clean_grpo [label="GRPO"];
  overnight_clean_sft -> overnight_clean_dagger [label="DAgger"];
  overnight_clean_dagger -> overnight_clean_dagger2 [label="×2"];
  overnight_clean_sft -> fair_stage1 [label="know dict, hide answers"];
  fair_stage1 -> distill_constrained [label="push validity"];
  fair_stage1 -> infogain_xit_c [label="info-gain XIT"];
  fair_stage1 -> infogain_xit_f [label="free / STaR"];
  fair_stage1 -> dpo_fair [label="retry DPO clean"];
  distill_constrained -> grpo_full_fair [label="long GRPO"];
  fair_stage1 -> scale_tiny [label="1.2M"];
  fair_stage1 -> scale_base [label="12M"];
  fair_stage1 -> scale_xl [label="99M"];
  fair_stage1 -> constrained_decode [label="mask spelling (diagnostic)"];
  fair_stage1 -> bestof16 [label="test-time compute"];
  fair_stage1 -> bestof16_nodict [label="no-dict ablation"];
  bestof16 -> bestof64 [label="N=64"];
  bestof64 -> bestof128 [label="N=128"];
  fair_stage1 -> beam_trie [label="beam"];
  cot_eph_aux -> deployed [label="deployed framing"];
  dpo_commit -> deployed [label="best deployed"];
}
